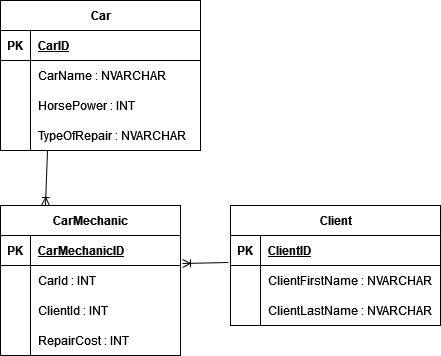
Earlier version of the draw.io export SQL/CarMechanic.drawio.png (chkqq/TravelLine). Source tidied: cells renumbered, new cells last; positions are measured from the earlier drawing's top-left corner, leaving out a move shared by most shapes.
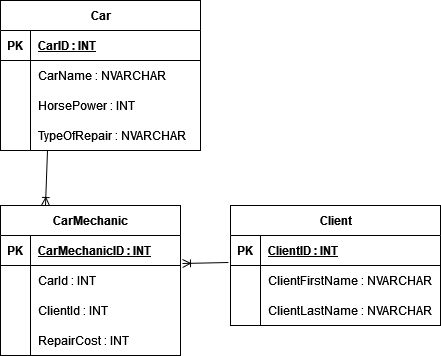
Later version of the same file.

The edit, as a diff of the source:
```diff
@@ -11,7 +11,7 @@
     <mxCell id="4" value="PK" style="shape=partialRectangle;fillColor=none;top=0;left=0;bottom=0;right=0;fontStyle=1;overflow=hidden;whiteSpace=wrap;html=1;" parent="3" vertex="1">
       <mxGeometry width="30" height="30" as="geometry" />
     </mxCell>
-    <mxCell id="5" value="CarMechanicID" style="shape=partialRectangle;fillColor=none;top=0;left=0;bottom=0;right=0;align=left;spacingLeft=6;fontStyle=5;overflow=hidden;whiteSpace=wrap;html=1;" parent="3" vertex="1">
+    <mxCell id="5" value="CarMechanicID : INT" style="shape=partialRectangle;fillColor=none;top=0;left=0;bottom=0;right=0;align=left;spacingLeft=6;fontStyle=5;overflow=hidden;whiteSpace=wrap;html=1;" parent="3" vertex="1">
       <mxGeometry x="30" width="150" height="30" as="geometry" />
     </mxCell>
     <mxCell id="6" style="shape=tableRow;horizontal=0;startSize=0;swimlaneHead=0;swimlaneBody=0;fillColor=none;points=[[0,0.5],[1,0.5]];portConstraint=eastwest;top=0;left=0;right=0;bottom=0;" parent="2" vertex="1">
@@ -50,7 +50,7 @@
     <mxCell id="17" value="PK" style="shape=partialRectangle;fillColor=none;top=0;left=0;bottom=0;right=0;fontStyle=1;overflow=hidden;whiteSpace=wrap;html=1;" parent="16" vertex="1">
       <mxGeometry width="30" height="30" as="geometry" />
     </mxCell>
-    <mxCell id="18" value="CarID" style="shape=partialRectangle;fillColor=none;top=0;left=0;bottom=0;right=0;align=left;spacingLeft=6;fontStyle=5;overflow=hidden;whiteSpace=wrap;html=1;" parent="16" vertex="1">
+    <mxCell id="18" value="CarID : INT" style="shape=partialRectangle;fillColor=none;top=0;left=0;bottom=0;right=0;align=left;spacingLeft=6;fontStyle=5;overflow=hidden;whiteSpace=wrap;html=1;" parent="16" vertex="1">
       <mxGeometry x="30" width="170" height="30" as="geometry" />
     </mxCell>
     <mxCell id="19" style="shape=tableRow;horizontal=0;startSize=0;swimlaneHead=0;swimlaneBody=0;fillColor=none;top=0;left=0;right=0;bottom=0;" parent="15" vertex="1">
@@ -89,7 +89,7 @@
     <mxCell id="30" value="PK" style="shape=partialRectangle;fillColor=none;top=0;left=0;bottom=0;right=0;fontStyle=1;overflow=hidden;whiteSpace=wrap;html=1;" parent="29" vertex="1">
       <mxGeometry width="30" height="30" as="geometry" />
     </mxCell>
-    <mxCell id="31" value="ClientID" style="shape=partialRectangle;fillColor=none;top=0;left=0;bottom=0;right=0;align=left;spacingLeft=6;fontStyle=5;overflow=hidden;whiteSpace=wrap;html=1;" parent="29" vertex="1">
+    <mxCell id="31" value="ClientID : INT" style="shape=partialRectangle;fillColor=none;top=0;left=0;bottom=0;right=0;align=left;spacingLeft=6;fontStyle=5;overflow=hidden;whiteSpace=wrap;html=1;" parent="29" vertex="1">
       <mxGeometry x="30" width="180" height="30" as="geometry" />
     </mxCell>
     <mxCell id="32" style="shape=tableRow;horizontal=0;startSize=0;swimlaneHead=0;swimlaneBody=0;fillColor=none;points=[[0,0.5],[1,0.5]];portConstraint=eastwest;top=0;left=0;right=0;bottom=0;" parent="28" vertex="1">
```
